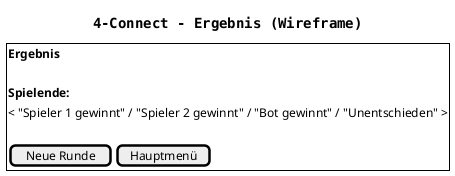
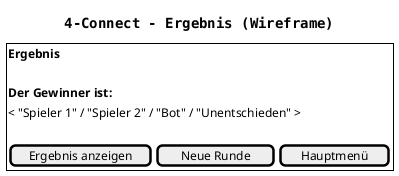
@startuml
title 4-Connect - Ergebnis (Wireframe)

skinparam defaultFontName Monospaced

salt
{
  {+
    { **Ergebnis** }
    .
-     { **Spielende:** }
-     { < "Spieler 1 gewinnt" / "Spieler 2 gewinnt" / "Bot gewinnt" / "Unentschieden" > }
+     { **Der Gewinner ist:** }
+     { < "Spieler 1" / "Spieler 2" / "Bot" / "Unentschieden" > }
    .
-     {[ Neue Runde ] | [ Hauptmenü ]}
+     {[Ergebnis anzeigen] | [  Neue Runde  ] | [  Hauptmenü  ]}
  }
}
@enduml
